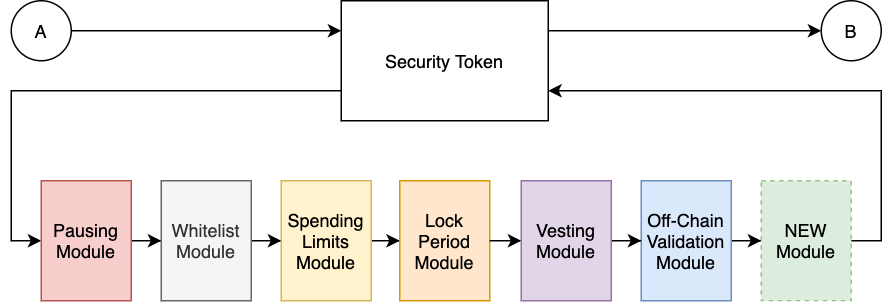
Before: resources/modular-constraints.png, a diagram exported from draw.io (micobo-gmbh/micobo-Security-Token). Source tidied: cells renumbered, new cells last; positions are measured from the earlier drawing's top-left corner, leaving out a move shared by most shapes.
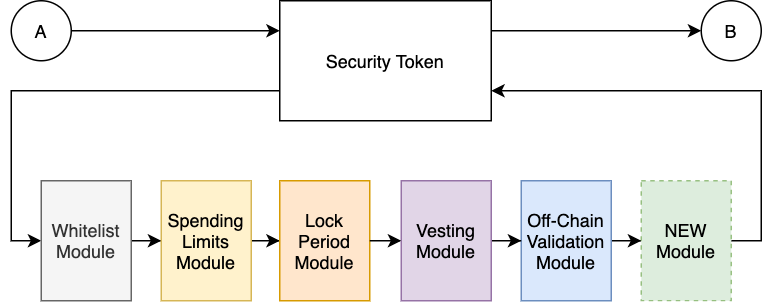
Later version of the same file.

What changed in the source:
```diff
@@ -2,11 +2,11 @@
   <root>
     <mxCell id="0" />
     <mxCell id="1" parent="0" />
-    <mxCell id="2" style="edgeStyle=orthogonalEdgeStyle;rounded=0;jettySize=auto;html=1;entryX=0;entryY=0.5;entryDx=0;entryDy=0;exitX=0;exitY=0.75;exitDx=0;exitDy=0;" parent="1" edge="1" source="4" target="8">
+    <mxCell id="2" style="edgeStyle=orthogonalEdgeStyle;rounded=0;jettySize=auto;html=1;entryX=0;entryY=0.5;entryDx=0;entryDy=0;exitX=0;exitY=0.75;exitDx=0;exitDy=0;" parent="1" edge="1" source="4" target="10">
       <mxGeometry relative="1" as="geometry">
         <Array as="points">
-          <mxPoint y="60" />
-          <mxPoint y="160" />
+          <mxPoint x="80" y="60" />
+          <mxPoint x="80" y="160" />
         </Array>
       </mxGeometry>
     </mxCell>
@@ -14,20 +14,14 @@
       <mxGeometry relative="1" as="geometry" />
     </mxCell>
     <mxCell id="4" value="Security Token" style="rounded=0;whiteSpace=wrap;html=1;" parent="1" vertex="1">
-      <mxGeometry x="220" width="138" height="80" as="geometry" />
+      <mxGeometry x="259" width="141" height="80" as="geometry" />
     </mxCell>
     <mxCell id="5" style="edgeStyle=orthogonalEdgeStyle;rounded=0;jettySize=auto;html=1;entryX=0;entryY=0.25;entryDx=0;entryDy=0;" parent="1" edge="1" source="6" target="4">
       <mxGeometry relative="1" as="geometry" />
     </mxCell>
     <mxCell id="6" value="A" style="ellipse;whiteSpace=wrap;html=1;" parent="1" vertex="1">
-      <mxGeometry width="40" height="40" as="geometry" />
+      <mxGeometry x="80" width="40" height="40" as="geometry" />
     </mxCell>
-    <mxCell id="7" style="edgeStyle=orthogonalEdgeStyle;rounded=0;jettySize=auto;html=1;entryX=0;entryY=0.5;entryDx=0;entryDy=0;" parent="1" edge="1" source="8" target="10">
-      <mxGeometry relative="1" as="geometry" />
-    </mxCell>
-    <mxCell id="8" value="Pausing&lt;br&gt;Module" style="rounded=0;whiteSpace=wrap;html=1;fillColor=#f8cecc;strokeColor=#b85450;" parent="1" vertex="1">
-      <mxGeometry x="20" y="120" width="60" height="80" as="geometry" />
-    </mxCell>
     <mxCell id="9" style="edgeStyle=orthogonalEdgeStyle;rounded=0;jettySize=auto;html=1;entryX=0;entryY=0.5;entryDx=0;entryDy=0;" parent="1" edge="1" source="10" target="12">
       <mxGeometry relative="1" as="geometry" />
     </mxCell>
```
